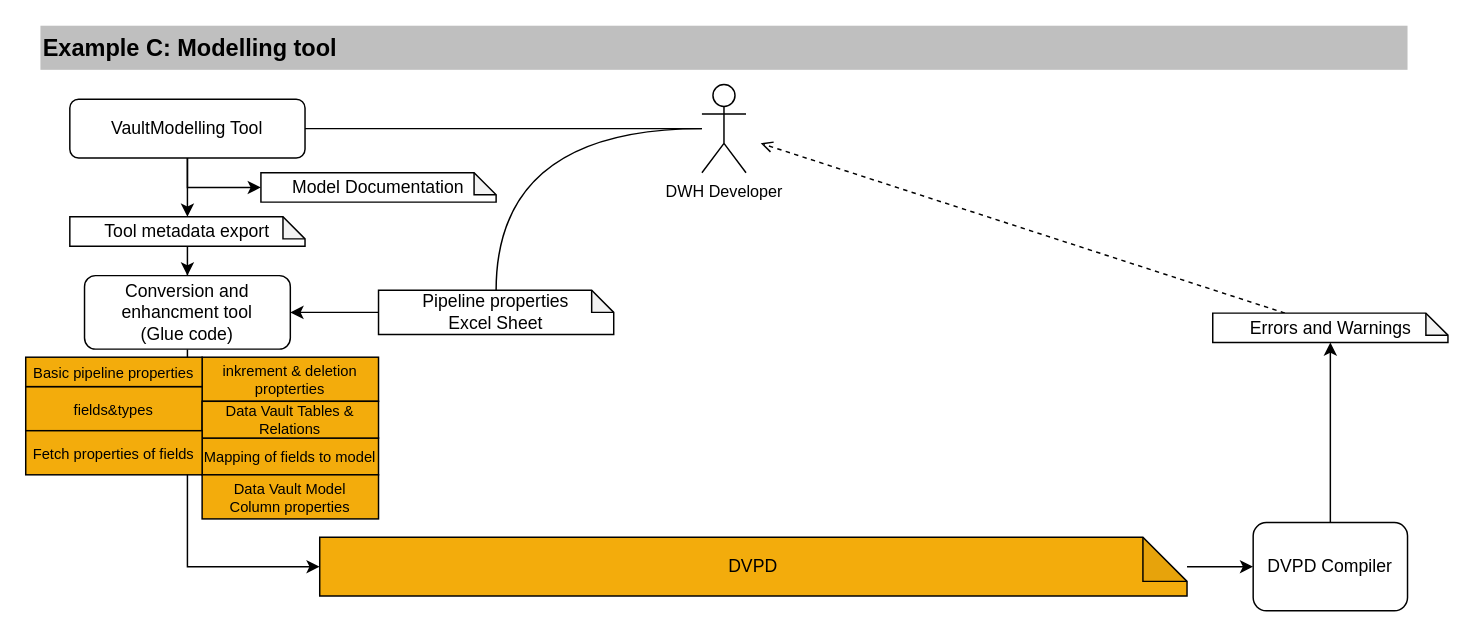
Above: documentation/images/dvdp_creation_workflow_example_c.drawio in cimt-ag/data_vault_pipelinedescription (draw.io), before the change. Source tidied: cells renumbered, new cells numbered last; positions are measured from the earlier drawing's top-left corner, leaving out a move shared by most shapes. Both pictures are drawn from the tidied source at 147%, with x=0, y=0 at pixel (25, 25).
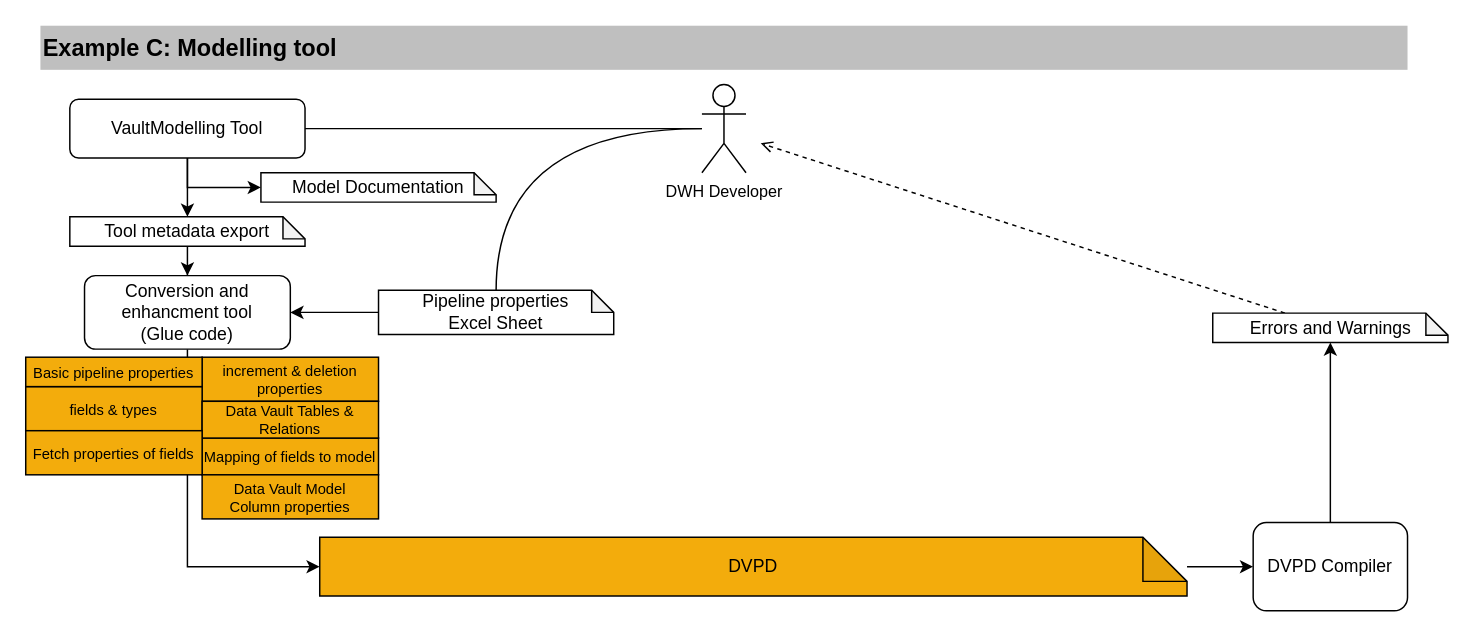
The same page after the edit.

What changed in the source:
```diff
@@
-    <mxCell id="12" value="inkrement &amp;amp; deletion propterties" style="rounded=0;whiteSpace=wrap;html=1;fillColor=#F3AC0C;gradientColor=none;fontSize=10;" parent="1" vertex="1">
+    <mxCell id="12" value="increment &amp;amp; deletion properties" style="rounded=0;whiteSpace=wrap;html=1;fillColor=#F3AC0C;gradientColor=none;fontSize=10;" parent="1" vertex="1">
       <mxGeometry x="120" y="225.5" width="120" height="30" as="geometry" />
     </mxCell>
-    <mxCell id="13" value="fields&amp;amp;types" style="rounded=0;whiteSpace=wrap;html=1;fillColor=#F3AC0C;gradientColor=none;fontSize=10;" parent="1" vertex="1">
+    <mxCell id="13" value="fields &amp;amp; types" style="rounded=0;whiteSpace=wrap;html=1;fillColor=#F3AC0C;gradientColor=none;fontSize=10;" parent="1" vertex="1">
       <mxGeometry y="245.5" width="120" height="30" as="geometry" />
     </mxCell>
```
